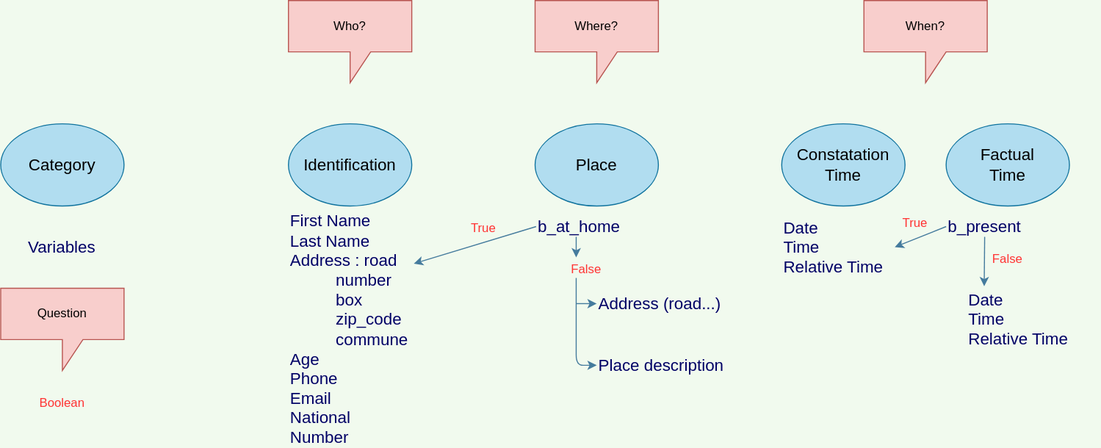
Above: concepts/Variables_needed.svg in Joffreybvn/police-training-chatbot (draw.io), before the change. Source tidied: cells renumbered, new cells last; positions are measured from the earlier drawing's top-left corner, leaving out a move shared by most shapes.
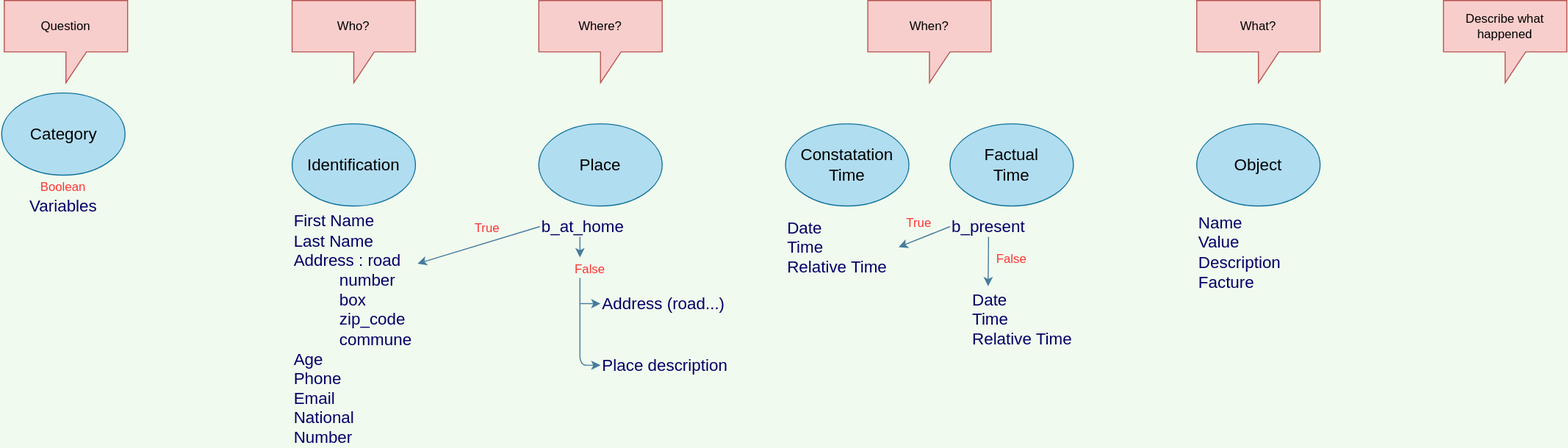
Later version of the same file.

Change to the diagram source:
```diff
@@ -3,13 +3,13 @@
     <mxCell id="0" />
     <mxCell id="1" parent="0" />
     <mxCell id="2" value="&lt;font style=&quot;font-size: 16px&quot;&gt;Category&lt;/font&gt;" style="ellipse;whiteSpace=wrap;html=1;fillColor=#b1ddf0;strokeColor=#10739e;" parent="1" vertex="1">
-      <mxGeometry y="120" width="120" height="80" as="geometry" />
+      <mxGeometry x="-2.5" y="90" width="120" height="80" as="geometry" />
     </mxCell>
     <mxCell id="3" value="Question" style="shape=callout;whiteSpace=wrap;html=1;perimeter=calloutPerimeter;rounded=0;sketch=0;strokeColor=#b85450;fillColor=#f8cecc;" parent="1" vertex="1">
-      <mxGeometry y="280" width="120" height="80" as="geometry" />
+      <mxGeometry width="120" height="80" as="geometry" />
     </mxCell>
     <mxCell id="4" value="Variables" style="text;html=1;align=left;verticalAlign=middle;whiteSpace=wrap;rounded=0;sketch=0;strokeWidth=1;fontColor=#000066;fontSize=16;" parent="1" vertex="1">
-      <mxGeometry x="25" y="230" width="70" height="20" as="geometry" />
+      <mxGeometry x="22.5" y="190" width="70" height="20" as="geometry" />
     </mxCell>
     <mxCell id="5" value="Identification" style="ellipse;whiteSpace=wrap;html=1;fillColor=#b1ddf0;strokeColor=#10739e;fontSize=16;" parent="1" vertex="1">
       <mxGeometry x="280" y="120" width="120" height="80" as="geometry" />
@@ -36,7 +36,7 @@
       <mxGeometry x="450" y="210" width="40" height="20" as="geometry" />
     </mxCell>
     <mxCell id="13" value="&lt;font style=&quot;font-size: 12px&quot;&gt;Boolean&lt;/font&gt;" style="text;html=1;align=center;verticalAlign=middle;whiteSpace=wrap;rounded=0;sketch=0;fontSize=16;fontColor=#FF3333;" parent="1" vertex="1">
-      <mxGeometry x="40" y="380" width="40" height="20" as="geometry" />
+      <mxGeometry x="45" y="170" width="25" height="20" as="geometry" />
     </mxCell>
     <mxCell id="14" value="Address (road...)" style="text;html=1;align=left;verticalAlign=middle;whiteSpace=wrap;rounded=0;sketch=0;strokeWidth=1;fontColor=#000066;fontSize=16;" parent="1" vertex="1">
       <mxGeometry x="580" y="280" width="130" height="30" as="geometry" />
@@ -97,5 +97,17 @@
     <mxCell id="30" value="&lt;font style=&quot;font-size: 12px&quot;&gt;False&lt;/font&gt;" style="text;html=1;align=center;verticalAlign=middle;whiteSpace=wrap;rounded=0;sketch=0;fontSize=16;fontColor=#FF3333;" parent="1" vertex="1">
       <mxGeometry x="960" y="240" width="40" height="20" as="geometry" />
     </mxCell>
+    <mxCell id="31" value="Describe what happened" style="shape=callout;whiteSpace=wrap;html=1;perimeter=calloutPerimeter;rounded=0;sketch=0;strokeColor=#b85450;fillColor=#f8cecc;" parent="1" vertex="1">
+      <mxGeometry x="1400" width="120" height="80" as="geometry" />
+    </mxCell>
+    <mxCell id="32" value="What?" style="shape=callout;whiteSpace=wrap;html=1;perimeter=calloutPerimeter;rounded=0;sketch=0;strokeColor=#b85450;fillColor=#f8cecc;" parent="1" vertex="1">
+      <mxGeometry x="1160" width="120" height="80" as="geometry" />
+    </mxCell>
+    <mxCell id="33" value="Object" style="ellipse;whiteSpace=wrap;html=1;fillColor=#b1ddf0;strokeColor=#10739e;fontSize=16;" parent="1" vertex="1">
+      <mxGeometry x="1160" y="120" width="120" height="80" as="geometry" />
+    </mxCell>
+    <mxCell id="34" value="Name&lt;br&gt;Value&lt;br&gt;Description&lt;br&gt;Facture" style="text;html=1;align=left;verticalAlign=middle;whiteSpace=wrap;rounded=0;sketch=0;strokeWidth=1;fontColor=#000066;fontSize=16;" parent="1" vertex="1">
+      <mxGeometry x="1160" y="210" width="110" height="70" as="geometry" />
+    </mxCell>
   </root>
 </mxGraphModel>
```
